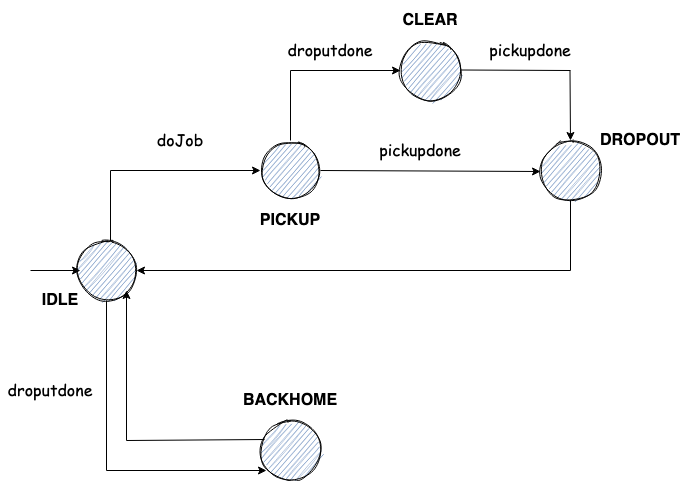
Before: Sprint1/userDocs/resources/img/FSM_wasteServiceCore.png, a diagram exported from draw.io (EnricoValastro/WasteService-Project). Source tidied: cells renumbered, new cells last; positions are measured from the earlier drawing's top-left corner, leaving out a move shared by most shapes.
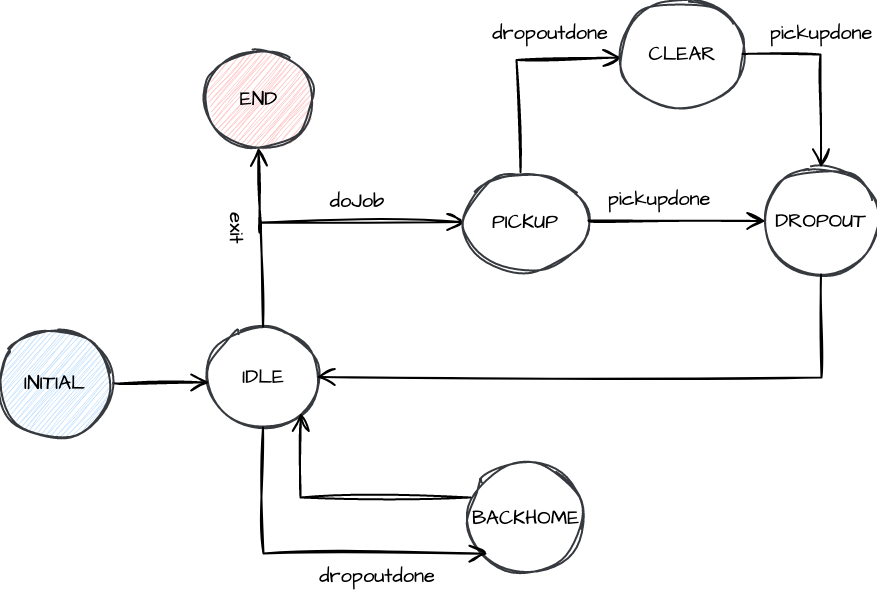
After the change.

Change to the diagram source:
```diff
@@ -2,131 +2,109 @@
   <root>
     <mxCell id="0" />
     <mxCell id="1" parent="0" />
-    <mxCell id="2" style="endArrow=classic;html=1;rounded=0;" parent="1" edge="1">
-      <mxGeometry relative="1" as="geometry">
-        <mxPoint x="30" y="270" as="sourcePoint" />
-        <mxPoint x="80" y="270" as="targetPoint" />
-      </mxGeometry>
-    </mxCell>
-    <mxCell id="3" style="endArrow=classic;html=1;rounded=0;" parent="1" edge="1">
-      <mxGeometry relative="1" as="geometry">
-        <mxPoint x="110" y="170" as="sourcePoint" />
-        <mxPoint x="260" y="170" as="targetPoint" />
-      </mxGeometry>
-    </mxCell>
+    <mxCell id="32" style="ellipse;whiteSpace=wrap;html=1;sketch=1;hachureGap=4;jiggle=2;fontFamily=Architects Daughter;fontSource=https%3A%2F%2Ffonts.googleapis.com%2Fcss%3Ffamily%3DArchitects%2BDaughter;fontSize=20;strokeWidth=2;fillColor=default;strokeColor=#36393d;" parent="1" vertex="1">
+      <mxGeometry x="-350" y="138" width="107" height="101" as="geometry" />
+    </mxCell>
+    <mxCell id="18" value="DROPOUT" style="ellipse;whiteSpace=wrap;html=1;sketch=1;hachureGap=4;jiggle=2;fontFamily=Architects Daughter;fontSource=https%3A%2F%2Ffonts.googleapis.com%2Fcss%3Ffamily%3DArchitects%2BDaughter;fontSize=20;fillColor=default;strokeColor=#36393d;strokeWidth=2;" parent="1" vertex="1">
+      <mxGeometry x="206" y="-21" width="111" height="107" as="geometry" />
+    </mxCell>
+    <mxCell id="31" value="IDLE" style="text;strokeColor=none;fillColor=none;html=1;align=center;verticalAlign=middle;whiteSpace=wrap;rounded=0;sketch=1;hachureGap=4;jiggle=2;strokeWidth=2;fontFamily=Architects Daughter;fontSource=https%3A%2F%2Ffonts.googleapis.com%2Fcss%3Ffamily%3DArchitects%2BDaughter;fontSize=20;" parent="1" vertex="1">
+      <mxGeometry x="-326.5" y="173.5" width="60" height="30" as="geometry" />
+    </mxCell>
+    <mxCell id="33" style="edgeStyle=none;orthogonalLoop=1;jettySize=auto;html=1;rounded=0;sketch=1;hachureGap=4;jiggle=2;fontFamily=Architects Daughter;fontSource=https%3A%2F%2Ffonts.googleapis.com%2Fcss%3Ffamily%3DArchitects%2BDaughter;fontSize=16;endArrow=open;startSize=14;endSize=14;sourcePerimeterSpacing=8;targetPerimeterSpacing=8;curved=1;strokeWidth=2;" parent="1" edge="1">
+      <mxGeometry relative="1" as="geometry">
+        <mxPoint x="-446" y="194" as="sourcePoint" />
+        <mxPoint x="-350" y="194" as="targetPoint" />
+      </mxGeometry>
+    </mxCell>
+    <mxCell id="34" value="INITIAL" style="ellipse;whiteSpace=wrap;html=1;sketch=1;hachureGap=4;jiggle=2;fontFamily=Architects Daughter;fontSource=https%3A%2F%2Ffonts.googleapis.com%2Fcss%3Ffamily%3DArchitects%2BDaughter;fontSize=20;strokeWidth=2;fillColor=#cce5ff;strokeColor=#36393d;" parent="1" vertex="1">
+      <mxGeometry x="-558" y="144" width="107" height="101" as="geometry" />
+    </mxCell>
+    <mxCell id="35" value="END" style="ellipse;whiteSpace=wrap;html=1;sketch=1;hachureGap=4;jiggle=2;fontFamily=Architects Daughter;fontSource=https%3A%2F%2Ffonts.googleapis.com%2Fcss%3Ffamily%3DArchitects%2BDaughter;fontSize=20;strokeWidth=2;fillColor=#FFCCCC;strokeColor=#36393d;" parent="1" vertex="1">
+      <mxGeometry x="-354" y="-140" width="107" height="101" as="geometry" />
+    </mxCell>
+    <mxCell id="36" style="jettySize=auto;html=1;rounded=0;sketch=1;hachureGap=4;jiggle=2;strokeWidth=2;fontFamily=Architects Daughter;fontSource=https%3A%2F%2Ffonts.googleapis.com%2Fcss%3Ffamily%3DArchitects%2BDaughter;fontSize=16;endArrow=open;startSize=14;endSize=14;sourcePerimeterSpacing=8;targetPerimeterSpacing=8;entryX=0;entryY=0.5;entryDx=0;entryDy=0;exitX=0.5;exitY=0;exitDx=0;exitDy=0;" parent="1" edge="1" source="32" target="6">
+      <mxGeometry relative="1" as="geometry">
+        <Array as="points">
+          <mxPoint x="-299" y="34" />
+        </Array>
+      </mxGeometry>
+    </mxCell>
+    <mxCell id="6" value="PICKUP" style="ellipse;whiteSpace=wrap;html=1;sketch=1;hachureGap=4;jiggle=2;fontFamily=Architects Daughter;fontSource=https%3A%2F%2Ffonts.googleapis.com%2Fcss%3Ffamily%3DArchitects%2BDaughter;fontSize=20;fillColor=default;strokeColor=#36393d;strokeWidth=2;" parent="1" vertex="1">
+      <mxGeometry x="-94" y="-19" width="120" height="105" as="geometry" />
+    </mxCell>
-    <mxCell id="4" value="&lt;font face=&quot;Comic Sans MS&quot; style=&quot;font-size: 16px;&quot;&gt;doJob&lt;/font&gt;" style="text;html=1;strokeColor=none;fillColor=none;align=center;verticalAlign=middle;whiteSpace=wrap;rounded=0;shadow=0;sketch=1;fillStyle=hatch;fontSize=16;" parent="1" vertex="1">
-      <mxGeometry x="130" y="120" width="100" height="40" as="geometry" />
+    <mxCell id="4" value="doJob" style="text;strokeColor=none;fillColor=none;html=1;align=center;verticalAlign=middle;whiteSpace=wrap;rounded=0;sketch=1;hachureGap=4;jiggle=2;strokeWidth=2;fontFamily=Architects Daughter;fontSource=https%3A%2F%2Ffonts.googleapis.com%2Fcss%3Ffamily%3DArchitects%2BDaughter;fontSize=20;" parent="1" vertex="1">
+      <mxGeometry x="-232" y="-2" width="60" height="30" as="geometry" />
     </mxCell>
-    <mxCell id="5" style="ellipse;whiteSpace=wrap;html=1;fillColor=#6C8EBF;strokeColor=#000000;fillStyle=hatch;shadow=0;sketch=1;" parent="1" vertex="1">
-      <mxGeometry x="260" y="140" width="60" height="60" as="geometry" />
-    </mxCell>
-    <mxCell id="6" value="PICKUP" style="text;html=1;strokeColor=none;fillColor=none;align=center;verticalAlign=middle;whiteSpace=wrap;rounded=0;shadow=0;sketch=1;fillStyle=hatch;fontSize=16;fontStyle=1;" parent="1" vertex="1">
-      <mxGeometry x="240" y="200" width="100" height="40" as="geometry" />
-    </mxCell>
-    <mxCell id="7" value="&lt;font face=&quot;Comic Sans MS&quot; style=&quot;font-size: 16px;&quot;&gt;droputdone&lt;/font&gt;" style="text;html=1;strokeColor=none;fillColor=none;align=center;verticalAlign=middle;whiteSpace=wrap;rounded=0;shadow=0;sketch=1;fillStyle=hatch;fontSize=16;" parent="1" vertex="1">
-      <mxGeometry x="280" y="30" width="100" height="40" as="geometry" />
-    </mxCell>
-    <mxCell id="8" style="endArrow=classic;html=1;rounded=0;exitX=1;exitY=0.5;exitDx=0;exitDy=0;" parent="1" edge="1" source="5">
-      <mxGeometry relative="1" as="geometry">
-        <mxPoint x="540" y="171" as="targetPoint" />
-      </mxGeometry>
-    </mxCell>
-    <mxCell id="9" style="ellipse;whiteSpace=wrap;html=1;fillColor=#6C8EBF;strokeColor=#000000;fillStyle=hatch;shadow=0;sketch=1;" parent="1" vertex="1">
-      <mxGeometry x="400" y="40" width="60" height="60" as="geometry" />
-    </mxCell>
+    <mxCell id="37" style="edgeStyle=none;jettySize=auto;html=1;rounded=0;sketch=1;hachureGap=4;jiggle=2;strokeWidth=2;fontFamily=Architects Daughter;fontSource=https%3A%2F%2Ffonts.googleapis.com%2Fcss%3Ffamily%3DArchitects%2BDaughter;fontSize=16;endArrow=open;startSize=14;endSize=14;sourcePerimeterSpacing=8;targetPerimeterSpacing=8;curved=1;entryX=0;entryY=0.5;entryDx=0;entryDy=0;" parent="1" edge="1" target="18">
+      <mxGeometry relative="1" as="geometry">
+        <mxPoint x="29" y="32" as="sourcePoint" />
+      </mxGeometry>
+    </mxCell>
+    <mxCell id="38" value="pickupdone" style="text;strokeColor=none;fillColor=none;html=1;align=center;verticalAlign=middle;whiteSpace=wrap;rounded=0;sketch=1;hachureGap=4;jiggle=2;strokeWidth=2;fontFamily=Architects Daughter;fontSource=https%3A%2F%2Ffonts.googleapis.com%2Fcss%3Ffamily%3DArchitects%2BDaughter;fontSize=20;" parent="1" vertex="1">
+      <mxGeometry x="70" y="-4" width="60" height="30" as="geometry" />
+    </mxCell>
+    <mxCell id="39" style="orthogonalLoop=1;jettySize=auto;html=1;rounded=0;sketch=1;hachureGap=4;jiggle=2;strokeWidth=2;fontFamily=Architects Daughter;fontSource=https%3A%2F%2Ffonts.googleapis.com%2Fcss%3Ffamily%3DArchitects%2BDaughter;fontSize=16;endArrow=open;startSize=14;endSize=14;sourcePerimeterSpacing=8;targetPerimeterSpacing=8;" parent="1" edge="1">
+      <mxGeometry relative="1" as="geometry">
+        <mxPoint x="-39" y="-16.5" as="sourcePoint" />
+        <mxPoint x="62" y="-131" as="targetPoint" />
+        <Array as="points">
+          <mxPoint x="-43" y="-128.5" />
+        </Array>
+      </mxGeometry>
+    </mxCell>
-    <mxCell id="10" value="CLEAR" style="text;html=1;strokeColor=none;fillColor=none;align=center;verticalAlign=middle;whiteSpace=wrap;rounded=0;shadow=0;sketch=1;fillStyle=hatch;fontSize=16;fontStyle=1;" parent="1" vertex="1">
-      <mxGeometry x="380" width="100" height="40" as="geometry" />
+    <mxCell id="10" value="CLEAR" style="ellipse;whiteSpace=wrap;html=1;sketch=1;hachureGap=4;jiggle=2;fontFamily=Architects Daughter;fontSource=https%3A%2F%2Ffonts.googleapis.com%2Fcss%3Ffamily%3DArchitects%2BDaughter;fontSize=20;fillColor=default;strokeColor=#36393d;strokeWidth=2;" parent="1" vertex="1">
+      <mxGeometry x="63" y="-187" width="120" height="105" as="geometry" />
     </mxCell>
+    <mxCell id="40" style="jettySize=auto;html=1;rounded=0;sketch=1;hachureGap=4;jiggle=2;strokeWidth=2;fontFamily=Architects Daughter;fontSource=https%3A%2F%2Ffonts.googleapis.com%2Fcss%3Ffamily%3DArchitects%2BDaughter;fontSize=16;endArrow=open;startSize=14;endSize=14;sourcePerimeterSpacing=8;targetPerimeterSpacing=8;exitX=1;exitY=0.5;exitDx=0;exitDy=0;entryX=0.5;entryY=0;entryDx=0;entryDy=0;" parent="1" edge="1" source="10" target="18">
+      <mxGeometry relative="1" as="geometry">
+        <Array as="points">
+          <mxPoint x="261" y="-134" />
+        </Array>
+      </mxGeometry>
+    </mxCell>
+    <mxCell id="41" value="dropoutdone" style="text;strokeColor=none;fillColor=none;html=1;align=center;verticalAlign=middle;whiteSpace=wrap;rounded=0;sketch=1;hachureGap=4;jiggle=2;strokeWidth=2;fontFamily=Architects Daughter;fontSource=https%3A%2F%2Ffonts.googleapis.com%2Fcss%3Ffamily%3DArchitects%2BDaughter;fontSize=20;" parent="1" vertex="1">
+      <mxGeometry x="-39" y="-170" width="60" height="30" as="geometry" />
+    </mxCell>
+    <mxCell id="42" value="pickupdone" style="text;strokeColor=none;fillColor=none;html=1;align=center;verticalAlign=middle;whiteSpace=wrap;rounded=0;sketch=1;hachureGap=4;jiggle=2;strokeWidth=2;fontFamily=Architects Daughter;fontSource=https%3A%2F%2Ffonts.googleapis.com%2Fcss%3Ffamily%3DArchitects%2BDaughter;fontSize=20;" parent="1" vertex="1">
+      <mxGeometry x="231.5" y="-170" width="60" height="30" as="geometry" />
+    </mxCell>
+    <mxCell id="43" style="jettySize=auto;html=1;rounded=0;sketch=1;hachureGap=4;jiggle=2;strokeWidth=2;fontFamily=Architects Daughter;fontSource=https%3A%2F%2Ffonts.googleapis.com%2Fcss%3Ffamily%3DArchitects%2BDaughter;fontSize=16;endArrow=open;startSize=14;endSize=14;sourcePerimeterSpacing=8;targetPerimeterSpacing=8;exitX=0.5;exitY=1;exitDx=0;exitDy=0;entryX=1;entryY=0.5;entryDx=0;entryDy=0;" parent="1" edge="1" source="18" target="32">
+      <mxGeometry relative="1" as="geometry">
+        <Array as="points">
+          <mxPoint x="262" y="189" />
+        </Array>
+      </mxGeometry>
+    </mxCell>
-    <mxCell id="11" value="BACKHOME" style="text;html=1;strokeColor=none;fillColor=none;align=center;verticalAlign=middle;whiteSpace=wrap;rounded=0;shadow=0;sketch=1;fillStyle=hatch;fontSize=16;fontStyle=1;" parent="1" vertex="1">
-      <mxGeometry x="240" y="380" width="100" height="40" as="geometry" />
+    <mxCell id="11" value="BACKHOME" style="ellipse;whiteSpace=wrap;html=1;sketch=1;hachureGap=4;jiggle=2;fontFamily=Architects Daughter;fontSource=https%3A%2F%2Ffonts.googleapis.com%2Fcss%3Ffamily%3DArchitects%2BDaughter;fontSize=20;strokeWidth=2;fillColor=default;strokeColor=#36393d;" parent="1" vertex="1">
+      <mxGeometry x="-87.5" y="279" width="107" height="101" as="geometry" />
     </mxCell>
-    <mxCell id="12" style="ellipse;whiteSpace=wrap;html=1;fillColor=#6C8EBF;strokeColor=#000000;fillStyle=hatch;shadow=0;sketch=1;" parent="1" vertex="1">
-      <mxGeometry x="540" y="140" width="60" height="60" as="geometry" />
-    </mxCell>
-    <mxCell id="13" value="&lt;font face=&quot;Comic Sans MS&quot; style=&quot;font-size: 16px;&quot;&gt;droputdone&lt;/font&gt;" style="text;html=1;strokeColor=none;fillColor=none;align=center;verticalAlign=middle;whiteSpace=wrap;rounded=0;shadow=0;sketch=1;fillStyle=hatch;fontSize=16;" parent="1" vertex="1">
-      <mxGeometry y="370" width="100" height="40" as="geometry" />
-    </mxCell>
-    <mxCell id="14" style="endArrow=none;html=1;rounded=0;fontFamily=Comic Sans MS;fontSize=16;exitX=0.5;exitY=0;exitDx=0;exitDy=0;" parent="1" edge="1" source="5">
-      <mxGeometry relative="1" as="geometry">
-        <mxPoint x="290" y="70" as="targetPoint" />
-      </mxGeometry>
-    </mxCell>
-    <mxCell id="15" style="endArrow=classic;html=1;rounded=0;fontFamily=Comic Sans MS;fontSize=16;" parent="1" edge="1">
-      <mxGeometry relative="1" as="geometry">
-        <mxPoint x="290" y="70" as="sourcePoint" />
-        <mxPoint x="400" y="70" as="targetPoint" />
-      </mxGeometry>
-    </mxCell>
-    <mxCell id="16" style="endArrow=classic;html=1;rounded=0;fontFamily=Comic Sans MS;fontSize=16;" parent="1" edge="1">
-      <mxGeometry relative="1" as="geometry">
-        <mxPoint x="569.5" y="70" as="sourcePoint" />
-        <mxPoint x="570" y="140" as="targetPoint" />
-      </mxGeometry>
-    </mxCell>
-    <mxCell id="17" style="endArrow=none;html=1;rounded=0;fontFamily=Comic Sans MS;fontSize=16;" parent="1" edge="1">
-      <mxGeometry relative="1" as="geometry">
-        <mxPoint x="460" y="69.5" as="sourcePoint" />
-        <mxPoint x="570" y="70" as="targetPoint" />
-      </mxGeometry>
-    </mxCell>
-    <mxCell id="18" value="DROPOUT" style="text;html=1;strokeColor=none;fillColor=none;align=center;verticalAlign=middle;whiteSpace=wrap;rounded=0;shadow=0;sketch=1;fillStyle=hatch;fontSize=16;fontStyle=1;" parent="1" vertex="1">
-      <mxGeometry x="590" y="120" width="100" height="40" as="geometry" />
-    </mxCell>
-    <mxCell id="19" style="group;" parent="1" vertex="1">
-      <mxGeometry x="76" y="240" width="244" height="240" as="geometry" />
-    </mxCell>
-    <mxCell id="20" style="ellipse;whiteSpace=wrap;html=1;fillColor=#6C8EBF;strokeColor=#000000;fillStyle=hatch;shadow=0;sketch=1;" parent="19" vertex="1">
-      <mxGeometry width="60" height="60" as="geometry" />
-    </mxCell>
-    <mxCell id="21" style="ellipse;whiteSpace=wrap;html=1;fillColor=#6C8EBF;strokeColor=#000000;fillStyle=hatch;shadow=0;sketch=1;" parent="19" vertex="1">
-      <mxGeometry x="184" y="180" width="60" height="60" as="geometry" />
-    </mxCell>
-    <mxCell id="22" style="endArrow=classic;html=1;rounded=0;fontFamily=Comic Sans MS;fontSize=16;" parent="19" edge="1">
-      <mxGeometry relative="1" as="geometry">
-        <mxPoint x="50" y="200" as="sourcePoint" />
-        <mxPoint x="50" y="50" as="targetPoint" />
-      </mxGeometry>
-    </mxCell>
-    <mxCell id="23" style="endArrow=none;html=1;rounded=0;fontFamily=Comic Sans MS;fontSize=16;entryX=0.067;entryY=0.317;entryDx=0;entryDy=0;entryPerimeter=0;" parent="19" edge="1" target="21">
-      <mxGeometry relative="1" as="geometry">
-        <mxPoint x="50" y="200" as="sourcePoint" />
-      </mxGeometry>
-    </mxCell>
-    <mxCell id="24" style="endArrow=classic;html=1;rounded=0;fontFamily=Comic Sans MS;fontSize=16;" parent="19" edge="1">
-      <mxGeometry relative="1" as="geometry">
-        <mxPoint x="30" y="230" as="sourcePoint" />
-        <mxPoint x="190" y="230" as="targetPoint" />
-      </mxGeometry>
-    </mxCell>
-    <mxCell id="25" style="endArrow=none;html=1;rounded=0;fontFamily=Comic Sans MS;fontSize=16;entryX=0.5;entryY=1;entryDx=0;entryDy=0;" parent="19" edge="1" target="20">
-      <mxGeometry relative="1" as="geometry">
-        <mxPoint x="30" y="230" as="sourcePoint" />
-      </mxGeometry>
-    </mxCell>
-    <mxCell id="26" style="endArrow=none;html=1;rounded=0;fontFamily=Comic Sans MS;fontSize=16;" parent="1" edge="1">
-      <mxGeometry relative="1" as="geometry">
-        <mxPoint x="110" y="240" as="sourcePoint" />
-        <mxPoint x="110" y="170" as="targetPoint" />
-      </mxGeometry>
-    </mxCell>
-    <mxCell id="27" style="endArrow=none;html=1;rounded=0;fontFamily=Comic Sans MS;fontSize=16;entryX=0.5;entryY=1;entryDx=0;entryDy=0;" parent="1" edge="1" target="12">
-      <mxGeometry relative="1" as="geometry">
-        <mxPoint x="570" y="270" as="sourcePoint" />
-      </mxGeometry>
-    </mxCell>
-    <mxCell id="28" style="endArrow=classic;html=1;rounded=0;fontFamily=Comic Sans MS;fontSize=16;entryX=1;entryY=0.5;entryDx=0;entryDy=0;" parent="1" edge="1" target="20">
-      <mxGeometry relative="1" as="geometry">
-        <mxPoint x="570" y="270" as="sourcePoint" />
-      </mxGeometry>
-    </mxCell>
-    <mxCell id="29" value="&lt;font face=&quot;Comic Sans MS&quot; style=&quot;font-size: 16px;&quot;&gt;pickupdone&lt;/font&gt;" style="text;html=1;strokeColor=none;fillColor=none;align=center;verticalAlign=middle;whiteSpace=wrap;rounded=0;shadow=0;sketch=1;fillStyle=hatch;fontSize=16;" parent="1" vertex="1">
-      <mxGeometry x="480" y="30" width="100" height="40" as="geometry" />
-    </mxCell>
-    <mxCell id="30" value="&lt;font face=&quot;Comic Sans MS&quot; style=&quot;font-size: 16px;&quot;&gt;pickupdone&lt;/font&gt;" style="text;html=1;strokeColor=none;fillColor=none;align=center;verticalAlign=middle;whiteSpace=wrap;rounded=0;shadow=0;sketch=1;fillStyle=hatch;fontSize=16;" parent="1" vertex="1">
-      <mxGeometry x="370" y="130" width="100" height="40" as="geometry" />
-    </mxCell>
-    <mxCell id="31" value="IDLE" style="text;html=1;strokeColor=none;fillColor=none;align=center;verticalAlign=middle;whiteSpace=wrap;rounded=0;shadow=0;sketch=1;fillStyle=hatch;fontSize=16;fontStyle=1;" parent="1" vertex="1">
-      <mxGeometry x="10" y="280" width="100" height="40" as="geometry" />
-    </mxCell>
+    <mxCell id="44" style="jettySize=auto;html=1;rounded=0;sketch=1;hachureGap=4;jiggle=2;strokeWidth=2;fontFamily=Architects Daughter;fontSource=https%3A%2F%2Ffonts.googleapis.com%2Fcss%3Ffamily%3DArchitects%2BDaughter;fontSize=16;endArrow=open;startSize=14;endSize=14;sourcePerimeterSpacing=8;targetPerimeterSpacing=8;entryX=0;entryY=1;entryDx=0;entryDy=0;exitX=0.5;exitY=1;exitDx=0;exitDy=0;" parent="1" edge="1" source="32" target="11">
+      <mxGeometry relative="1" as="geometry">
+        <Array as="points">
+          <mxPoint x="-296" y="365" />
+        </Array>
+      </mxGeometry>
+    </mxCell>
+    <mxCell id="45" style="edgeStyle=none;orthogonalLoop=1;jettySize=auto;html=1;rounded=0;sketch=1;hachureGap=4;jiggle=2;fontFamily=Architects Daughter;fontSource=https%3A%2F%2Ffonts.googleapis.com%2Fcss%3Ffamily%3DArchitects%2BDaughter;fontSize=16;endArrow=open;startSize=14;endSize=14;sourcePerimeterSpacing=8;targetPerimeterSpacing=8;curved=1;strokeWidth=2;" parent="1" edge="1">
+      <mxGeometry relative="1" as="geometry">
+        <mxPoint x="-299" y="44" as="sourcePoint" />
+        <mxPoint x="-301" y="-41" as="targetPoint" />
+      </mxGeometry>
+    </mxCell>
+    <mxCell id="46" style="jettySize=auto;html=1;rounded=0;sketch=1;hachureGap=4;jiggle=2;strokeWidth=2;fontFamily=Architects Daughter;fontSource=https%3A%2F%2Ffonts.googleapis.com%2Fcss%3Ffamily%3DArchitects%2BDaughter;fontSize=16;endArrow=open;startSize=14;endSize=14;sourcePerimeterSpacing=8;targetPerimeterSpacing=8;entryX=1;entryY=1;entryDx=0;entryDy=0;" parent="1" edge="1" target="32">
+      <mxGeometry relative="1" as="geometry">
+        <mxPoint x="-89" y="309" as="sourcePoint" />
+        <Array as="points">
+          <mxPoint x="-259" y="309" />
+        </Array>
+      </mxGeometry>
+    </mxCell>
+    <mxCell id="47" value="dropoutdone" style="text;strokeColor=none;fillColor=none;html=1;align=center;verticalAlign=middle;whiteSpace=wrap;rounded=0;sketch=1;hachureGap=4;jiggle=2;strokeWidth=2;fontFamily=Architects Daughter;fontSource=https%3A%2F%2Ffonts.googleapis.com%2Fcss%3Ffamily%3DArchitects%2BDaughter;fontSize=20;" parent="1" vertex="1">
+      <mxGeometry x="-212" y="373" width="60" height="30" as="geometry" />
+    </mxCell>
+    <mxCell id="48" value="&lt;div&gt;exit&lt;/div&gt;" style="text;strokeColor=none;fillColor=none;html=1;align=center;verticalAlign=middle;whiteSpace=wrap;rounded=0;sketch=1;hachureGap=4;jiggle=2;strokeWidth=2;fontFamily=Architects Daughter;fontSource=https%3A%2F%2Ffonts.googleapis.com%2Fcss%3Ffamily%3DArchitects%2BDaughter;fontSize=20;rotation=90;" parent="1" vertex="1">
+      <mxGeometry x="-359" y="18" width="74" height="44" as="geometry" />
+    </mxCell>
   </root>
 </mxGraphModel>
```
